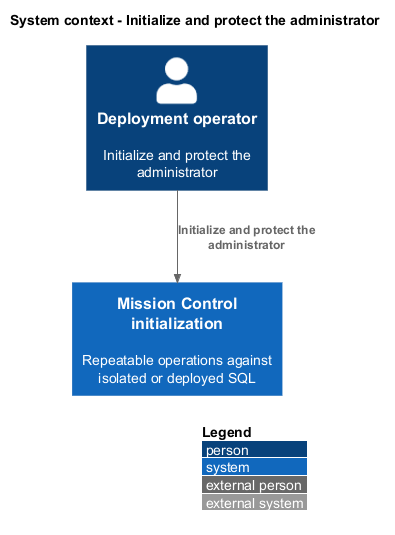
The PlantUML diagram docs/detailed-designs/identity/initialize-administrator/diagrams/c4-context.png in QuinntyneBrown/mission-control, before a commit.
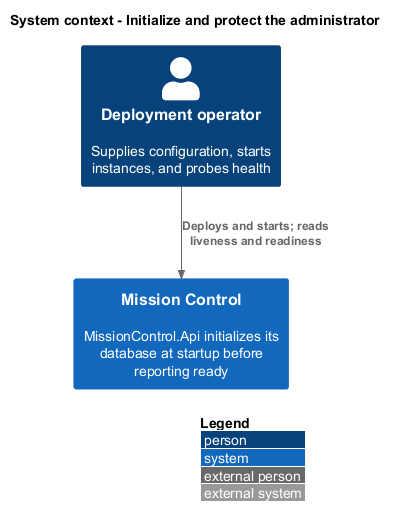
After the change.

What changed in the source:
```diff
@@ -2,7 +2,7 @@
 !include <C4/C4_Context>
 LAYOUT_WITH_LEGEND()
 title System context - Initialize and protect the administrator
-Person(actor, "Deployment operator", "Initialize and protect the administrator")
-System(ops, "Mission Control initialization", "Repeatable operations against isolated or deployed SQL")
-Rel(actor, ops, "Initialize and protect the administrator")
+Person(actor, "Deployment operator", "Supplies configuration, starts instances, and probes health")
+System(mc, "Mission Control", "MissionControl.Api initializes its database at startup before reporting ready")
+Rel(actor, mc, "Deploys and starts; reads liveness and readiness")
 @enduml
```
